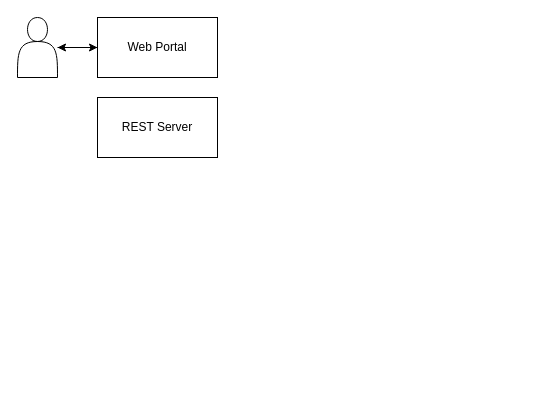
This is structure.drawio from foreignbill/drawio, a draw.io file, before an edit. Source tidied: cells renumbered, new cells numbered last; positions are measured from the earlier drawing's top-left corner, leaving out a move shared by most shapes. Both pictures are drawn from the tidied source at 100%, with x=0, y=0 at pixel (17, 17).
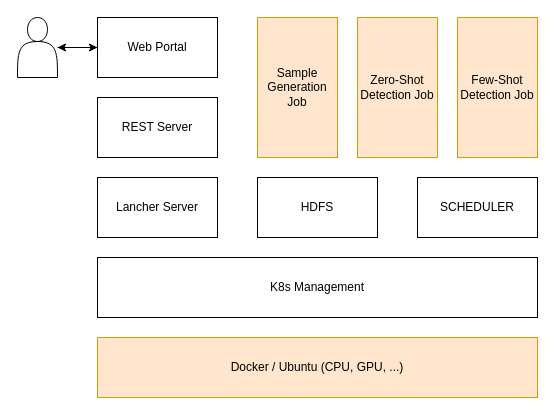
The same page after the edit.

Diff of the diagram source:
```diff
@@
 <mxGraphModel>
   <root>
     <mxCell id="0" />
     <mxCell id="1" parent="0" />
     <mxCell id="2" style="edgeStyle=orthogonalEdgeStyle;rounded=0;jettySize=auto;html=1;" parent="1" edge="1" source="3" target="5">
       <mxGeometry relative="1" as="geometry" />
     </mxCell>
     <mxCell id="3" style="shape=actor;whiteSpace=wrap;html=1;" parent="1" vertex="1">
       <mxGeometry width="40" height="60" as="geometry" />
     </mxCell>
     <mxCell id="4" style="edgeStyle=orthogonalEdgeStyle;rounded=0;jettySize=auto;html=1;" parent="1" edge="1" source="5" target="3">
       <mxGeometry relative="1" as="geometry" />
     </mxCell>
     <mxCell id="5" value="Web Portal" style="rounded=0;whiteSpace=wrap;html=1;" parent="1" vertex="1">
       <mxGeometry x="80" width="120" height="60" as="geometry" />
     </mxCell>
     <mxCell id="6" value="REST Server" style="rounded=0;whiteSpace=wrap;html=1;" parent="1" vertex="1">
       <mxGeometry x="80" y="80" width="120" height="60" as="geometry" />
     </mxCell>
+    <mxCell id="7" value="Lancher Server" style="rounded=0;whiteSpace=wrap;html=1;" parent="1" vertex="1">
+      <mxGeometry x="80" y="160" width="120" height="60" as="geometry" />
+    </mxCell>
+    <mxCell id="8" value="HDFS" style="rounded=0;whiteSpace=wrap;html=1;" parent="1" vertex="1">
+      <mxGeometry x="240" y="160" width="120" height="60" as="geometry" />
+    </mxCell>
+    <mxCell id="9" value="SCHEDULER" style="rounded=0;whiteSpace=wrap;html=1;" parent="1" vertex="1">
+      <mxGeometry x="400" y="160" width="120" height="60" as="geometry" />
+    </mxCell>
+    <mxCell id="10" value="K8s Management" style="rounded=0;whiteSpace=wrap;html=1;" parent="1" vertex="1">
+      <mxGeometry x="80" y="240" width="440" height="60" as="geometry" />
+    </mxCell>
+    <mxCell id="11" value="Docker / Ubuntu (CPU, GPU, ...)" style="rounded=0;whiteSpace=wrap;html=1;fillColor=#ffe6cc;strokeColor=#d79b00;" parent="1" vertex="1">
+      <mxGeometry x="80" y="320" width="440" height="60" as="geometry" />
+    </mxCell>
+    <mxCell id="12" value="Sample Generation Job" style="rounded=0;whiteSpace=wrap;html=1;fillColor=#ffe6cc;strokeColor=#d79b00;" parent="1" vertex="1">
+      <mxGeometry x="240" width="80" height="140" as="geometry" />
+    </mxCell>
+    <mxCell id="13" value="Few-Shot Detection Job" style="rounded=0;whiteSpace=wrap;html=1;fillColor=#ffe6cc;strokeColor=#d79b00;" parent="1" vertex="1">
+      <mxGeometry x="440" width="80" height="140" as="geometry" />
+    </mxCell>
+    <mxCell id="14" value="Zero-Shot Detection Job" style="rounded=0;whiteSpace=wrap;html=1;fillColor=#ffe6cc;strokeColor=#d79b00;" parent="1" vertex="1">
+      <mxGeometry x="340" width="80" height="140" as="geometry" />
+    </mxCell>
   </root>
 </mxGraphModel>
```
